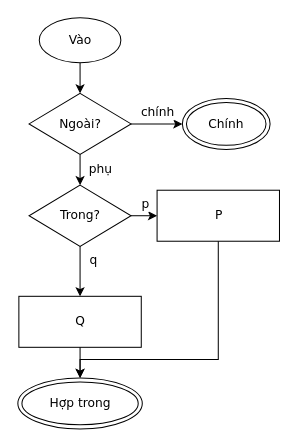
This is conformance/golden/optimize/flowchart-16-place-merge-nested.drawio from luytbq/flowcast, a draw.io file, before an edit. Source tidied: cells renumbered, new cells numbered last; positions are measured from the earlier drawing's top-left corner, leaving out a move shared by most shapes. Both pictures are drawn from the tidied source at 102%, with x=0, y=0 at pixel (17, 17).
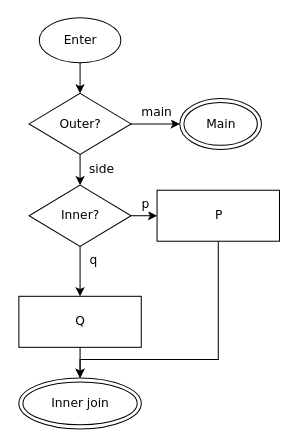
Above is the later version.

What changed in the source:
```diff
@@
-    <mxCell id="2" value="Vào" style="ellipse;html=1;fontFamily=Verdana;fontSize=12;flowtable=1;" parent="1" vertex="1">
+    <mxCell id="2" value="Enter" style="ellipse;html=1;fontFamily=Verdana;fontSize=12;flowtable=1;" parent="1" vertex="1">
       <mxGeometry x="21" width="80" height="44" as="geometry" />
     </mxCell>
-    <mxCell id="3" value="Ngoài?" style="rhombus;html=1;fontFamily=Verdana;fontSize=12;flowtable=1;" parent="1" vertex="1">
+    <mxCell id="3" value="Outer?" style="rhombus;html=1;fontFamily=Verdana;fontSize=12;flowtable=1;" parent="1" vertex="1">
       <mxGeometry x="11" y="74" width="100" height="60" as="geometry" />
     </mxCell>
-    <mxCell id="4" value="Trong?" style="rhombus;html=1;fontFamily=Verdana;fontSize=12;flowtable=1;" parent="1" vertex="1">
+    <mxCell id="4" value="Inner?" style="rhombus;html=1;fontFamily=Verdana;fontSize=12;flowtable=1;" parent="1" vertex="1">
       <mxGeometry x="11" y="164" width="100" height="60" as="geometry" />
     </mxCell>
@@
-    <mxCell id="7" value="Hợp trong" style="shape=doubleEllipse;html=1;fontFamily=Verdana;fontSize=12;flowtable=1;" parent="1" vertex="1">
-      <mxGeometry y="353" width="122" height="50" as="geometry" />
+    <mxCell id="7" value="Inner join" style="shape=doubleEllipse;html=1;fontFamily=Verdana;fontSize=12;flowtable=1;" parent="1" vertex="1">
+      <mxGeometry x="1" y="353" width="120" height="50" as="geometry" />
     </mxCell>
-    <mxCell id="8" value="Chính" style="shape=doubleEllipse;html=1;fontFamily=Verdana;fontSize=12;flowtable=1;" parent="1" vertex="1">
-      <mxGeometry x="161.3" y="79" width="86" height="50" as="geometry" />
+    <mxCell id="8" value="Main" style="shape=doubleEllipse;html=1;fontFamily=Verdana;fontSize=12;flowtable=1;" parent="1" vertex="1">
+      <mxGeometry x="158.8" y="79" width="80" height="50" as="geometry" />
     </mxCell>
@@
-    <mxCell id="10" value="phụ" style="edgeStyle=orthogonalEdgeStyle;rounded=0;jettySize=auto;html=1;labelBackgroundColor=default;exitX=0.5;exitY=1;exitDx=0;exitDy=0;entryX=0.5;entryY=0;entryDx=0;entryDy=0;fontFamily=Verdana;fontSize=12;flowtable=1;" parent="1" edge="1" source="3" target="4">
+    <mxCell id="10" value="side" style="edgeStyle=orthogonalEdgeStyle;rounded=0;jettySize=auto;html=1;labelBackgroundColor=default;exitX=0.5;exitY=1;exitDx=0;exitDy=0;entryX=0.5;entryY=0;entryDx=0;entryDy=0;fontFamily=Verdana;fontSize=12;flowtable=1;" parent="1" edge="1" source="3" target="4">
       <mxGeometry x="-0.03" relative="1" as="geometry">
-        <mxPoint x="20.3" as="offset" />
+        <mxPoint x="21.1" as="offset" />
       </mxGeometry>
     </mxCell>
-    <mxCell id="11" value="chính" style="edgeStyle=orthogonalEdgeStyle;rounded=0;jettySize=auto;html=1;labelBackgroundColor=default;exitX=1;exitY=0.5;exitDx=0;exitDy=0;entryX=0;entryY=0.5;entryDx=0;entryDy=0;fontFamily=Verdana;fontSize=12;flowtable=1;" parent="1" edge="1" source="3" target="8">
+    <mxCell id="11" value="main" style="edgeStyle=orthogonalEdgeStyle;rounded=0;jettySize=auto;html=1;labelBackgroundColor=default;exitX=1;exitY=0.5;exitDx=0;exitDy=0;entryX=0;entryY=0.5;entryDx=0;entryDy=0;fontFamily=Verdana;fontSize=12;flowtable=1;" parent="1" edge="1" source="3" target="8">
       <mxGeometry x="0.04" relative="1" as="geometry">
         <mxPoint y="-11.5" as="offset" />
       </mxGeometry>
     </mxCell>
```
